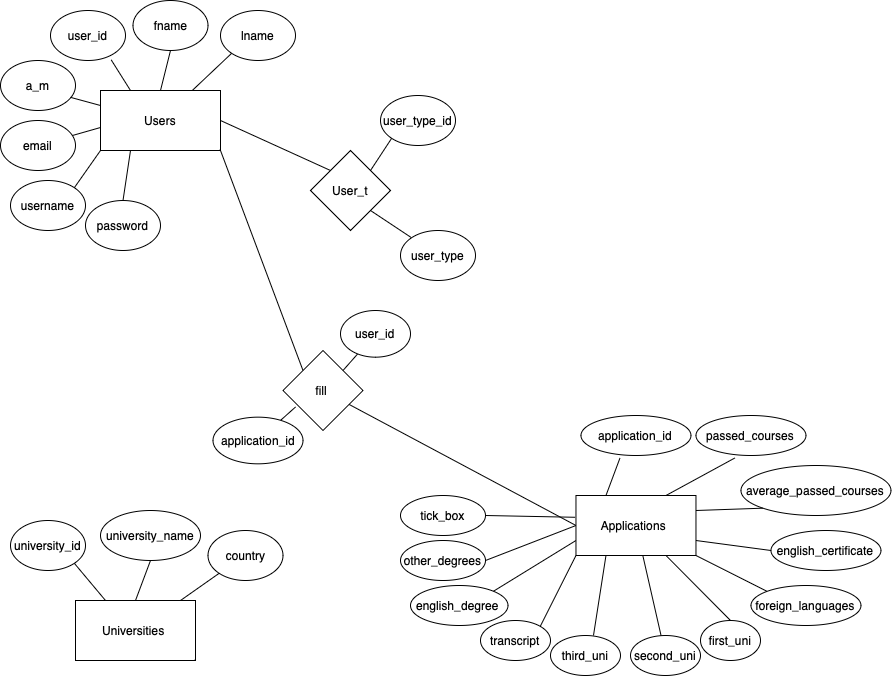
The draw.io diagram DB/ErasmApp.drawio.png in Spyros34/Erasmus-Website-full_stack, before a commit. Source tidied: cells renumbered, new cells last; positions are measured from the earlier drawing's top-left corner, leaving out a move shared by most shapes. The source it was exported from:
```xml
<mxGraphModel>
  <root>
    <mxCell id="0" />
    <mxCell id="1" parent="0" />
    <mxCell id="2" value="Users" style="rounded=0;whiteSpace=wrap;html=1;" parent="1" vertex="1">
      <mxGeometry x="100" y="90" width="120" height="60" as="geometry" />
    </mxCell>
    <mxCell id="3" value="Universities&amp;nbsp;" style="rounded=0;whiteSpace=wrap;html=1;" parent="1" vertex="1">
      <mxGeometry x="75" y="600" width="120" height="60" as="geometry" />
    </mxCell>
    <mxCell id="4" value="User_t&lt;span style=&quot;white-space: pre;&quot;&gt;&lt;/span&gt;" style="rhombus;whiteSpace=wrap;html=1;" parent="1" vertex="1">
      <mxGeometry x="310" y="150" width="80" height="80" as="geometry" />
    </mxCell>
    <mxCell id="5" value="user_type_id" style="ellipse;whiteSpace=wrap;html=1;" parent="1" vertex="1">
      <mxGeometry x="380" y="95" width="75" height="50" as="geometry" />
    </mxCell>
    <mxCell id="6" style="endArrow=none;html=1;rounded=0;exitX=1;exitY=0;exitDx=0;exitDy=0;entryX=0;entryY=1;entryDx=0;entryDy=0;" parent="1" edge="1" source="4" target="5">
      <mxGeometry relative="1" as="geometry" />
    </mxCell>
    <mxCell id="7" style="endArrow=none;html=1;rounded=0;exitX=1;exitY=1;exitDx=0;exitDy=0;" parent="1" edge="1" source="4" target="8">
      <mxGeometry relative="1" as="geometry" />
    </mxCell>
    <mxCell id="8" value="user_type" style="ellipse;whiteSpace=wrap;html=1;" parent="1" vertex="1">
      <mxGeometry x="400" y="230" width="75" height="50" as="geometry" />
    </mxCell>
    <mxCell id="9" style="endArrow=none;html=1;rounded=0;exitX=1;exitY=0.5;exitDx=0;exitDy=0;entryX=0;entryY=0;entryDx=0;entryDy=0;" parent="1" edge="1" source="2" target="4">
      <mxGeometry relative="1" as="geometry" />
    </mxCell>
    <mxCell id="10" value="user_id" style="ellipse;whiteSpace=wrap;html=1;" parent="1" vertex="1">
      <mxGeometry x="50" y="10" width="75" height="50" as="geometry" />
    </mxCell>
    <mxCell id="11" value="fname" style="ellipse;whiteSpace=wrap;html=1;" parent="1" vertex="1">
      <mxGeometry x="132.5" width="75" height="50" as="geometry" />
    </mxCell>
    <mxCell id="12" value="lname" style="ellipse;whiteSpace=wrap;html=1;" parent="1" vertex="1">
      <mxGeometry x="220" y="10" width="75" height="50" as="geometry" />
    </mxCell>
    <mxCell id="13" value="a_m" style="ellipse;whiteSpace=wrap;html=1;" parent="1" vertex="1">
      <mxGeometry y="60" width="75" height="50" as="geometry" />
    </mxCell>
    <mxCell id="14" value="email" style="ellipse;whiteSpace=wrap;html=1;" parent="1" vertex="1">
      <mxGeometry y="120" width="75" height="50" as="geometry" />
    </mxCell>
    <mxCell id="15" value="username" style="ellipse;whiteSpace=wrap;html=1;" parent="1" vertex="1">
      <mxGeometry x="10" y="180" width="75" height="50" as="geometry" />
    </mxCell>
    <mxCell id="16" value="password" style="ellipse;whiteSpace=wrap;html=1;" parent="1" vertex="1">
      <mxGeometry x="85" y="200" width="75" height="50" as="geometry" />
    </mxCell>
    <mxCell id="17" style="endArrow=none;html=1;rounded=0;entryX=0.808;entryY=0.984;entryDx=0;entryDy=0;exitX=0.25;exitY=0;exitDx=0;exitDy=0;entryPerimeter=0;" parent="1" edge="1" source="2" target="10">
      <mxGeometry relative="1" as="geometry" />
    </mxCell>
    <mxCell id="18" style="endArrow=none;html=1;rounded=0;entryX=0.5;entryY=1;entryDx=0;entryDy=0;exitX=0.5;exitY=0;exitDx=0;exitDy=0;" parent="1" edge="1" source="2" target="11">
      <mxGeometry relative="1" as="geometry" />
    </mxCell>
    <mxCell id="19" style="endArrow=none;html=1;rounded=0;entryX=0;entryY=1;entryDx=0;entryDy=0;" parent="1" edge="1" source="2" target="12">
      <mxGeometry relative="1" as="geometry" />
    </mxCell>
    <mxCell id="20" style="endArrow=none;html=1;rounded=0;entryX=0.931;entryY=0.736;entryDx=0;entryDy=0;exitX=0;exitY=0.25;exitDx=0;exitDy=0;entryPerimeter=0;" parent="1" edge="1" source="2" target="13">
      <mxGeometry relative="1" as="geometry" />
    </mxCell>
    <mxCell id="21" style="endArrow=none;html=1;rounded=0;" parent="1" edge="1" target="14">
      <mxGeometry relative="1" as="geometry">
        <mxPoint x="100" y="127" as="sourcePoint" />
      </mxGeometry>
    </mxCell>
    <mxCell id="22" style="endArrow=none;html=1;rounded=0;entryX=1;entryY=0;entryDx=0;entryDy=0;exitX=0;exitY=1;exitDx=0;exitDy=0;" parent="1" edge="1" source="2" target="15">
      <mxGeometry relative="1" as="geometry" />
    </mxCell>
    <mxCell id="23" style="endArrow=none;html=1;rounded=0;entryX=0.5;entryY=0;entryDx=0;entryDy=0;exitX=0.25;exitY=1;exitDx=0;exitDy=0;" parent="1" edge="1" source="2" target="16">
      <mxGeometry relative="1" as="geometry" />
    </mxCell>
    <mxCell id="24" value="university_id" style="ellipse;whiteSpace=wrap;html=1;" parent="1" vertex="1">
      <mxGeometry x="10" y="520" width="75" height="50" as="geometry" />
    </mxCell>
    <mxCell id="25" value="university_name" style="ellipse;whiteSpace=wrap;html=1;" parent="1" vertex="1">
      <mxGeometry x="100" y="510" width="100" height="50" as="geometry" />
    </mxCell>
    <mxCell id="26" value="country" style="ellipse;whiteSpace=wrap;html=1;" parent="1" vertex="1">
      <mxGeometry x="207.5" y="530" width="75" height="50" as="geometry" />
    </mxCell>
    <mxCell id="27" style="endArrow=none;html=1;rounded=0;exitX=1;exitY=1;exitDx=0;exitDy=0;entryX=0.25;entryY=0;entryDx=0;entryDy=0;" parent="1" edge="1" source="24" target="3">
      <mxGeometry relative="1" as="geometry" />
    </mxCell>
    <mxCell id="28" style="endArrow=none;html=1;rounded=0;exitX=0.5;exitY=1;exitDx=0;exitDy=0;entryX=0.5;entryY=0;entryDx=0;entryDy=0;" parent="1" edge="1" source="25" target="3">
      <mxGeometry relative="1" as="geometry" />
    </mxCell>
    <mxCell id="29" style="endArrow=none;html=1;rounded=0;exitX=0;exitY=1;exitDx=0;exitDy=0;" parent="1" edge="1" source="26">
      <mxGeometry relative="1" as="geometry">
        <mxPoint x="180" y="600" as="targetPoint" />
      </mxGeometry>
    </mxCell>
    <mxCell id="30" value="Applications&amp;nbsp;" style="rounded=0;whiteSpace=wrap;html=1;" parent="1" vertex="1">
      <mxGeometry x="575.5" y="495" width="120" height="60" as="geometry" />
    </mxCell>
    <mxCell id="31" value="fill&amp;nbsp;" style="rhombus;whiteSpace=wrap;html=1;" parent="1" vertex="1">
      <mxGeometry x="282.5" y="350" width="80" height="80" as="geometry" />
    </mxCell>
    <mxCell id="32" style="endArrow=none;html=1;rounded=0;entryX=1;entryY=1;entryDx=0;entryDy=0;exitX=0;exitY=0;exitDx=0;exitDy=0;" parent="1" edge="1" source="31" target="2">
      <mxGeometry relative="1" as="geometry" />
    </mxCell>
    <mxCell id="33" style="endArrow=none;html=1;rounded=0;exitX=0;exitY=0.5;exitDx=0;exitDy=0;" parent="1" edge="1" source="30" target="31">
      <mxGeometry relative="1" as="geometry" />
    </mxCell>
    <mxCell id="34" style="endArrow=none;html=1;rounded=0;exitX=1;exitY=0;exitDx=0;exitDy=0;" parent="1" edge="1" source="31" target="35">
      <mxGeometry relative="1" as="geometry" />
    </mxCell>
    <mxCell id="35" value="user_id" style="ellipse;whiteSpace=wrap;html=1;" parent="1" vertex="1">
      <mxGeometry x="340" y="310" width="70" height="46.7" as="geometry" />
    </mxCell>
    <mxCell id="36" style="endArrow=none;html=1;rounded=0;exitX=0.158;exitY=0.705;exitDx=0;exitDy=0;exitPerimeter=0;" parent="1" edge="1" source="31" target="37">
      <mxGeometry relative="1" as="geometry" />
    </mxCell>
    <mxCell id="37" value="application_id" style="ellipse;whiteSpace=wrap;html=1;" parent="1" vertex="1">
      <mxGeometry x="212.5" y="416.7" width="90" height="46.7" as="geometry" />
    </mxCell>
    <mxCell id="38" value="application_id" style="ellipse;whiteSpace=wrap;html=1;" parent="1" vertex="1">
      <mxGeometry x="580.5" y="415" width="110" height="40" as="geometry" />
    </mxCell>
    <mxCell id="39" style="endArrow=none;html=1;rounded=0;entryX=0.355;entryY=1.06;entryDx=0;entryDy=0;exitX=0.25;exitY=0;exitDx=0;exitDy=0;entryPerimeter=0;" parent="1" edge="1" source="30" target="38">
      <mxGeometry relative="1" as="geometry" />
    </mxCell>
    <mxCell id="40" value="average_passed_courses" style="ellipse;whiteSpace=wrap;html=1;" parent="1" vertex="1">
      <mxGeometry x="740.5" y="465" width="150" height="50" as="geometry" />
    </mxCell>
    <mxCell id="41" style="endArrow=none;html=1;rounded=0;entryX=0;entryY=1;entryDx=0;entryDy=0;exitX=1;exitY=0.25;exitDx=0;exitDy=0;" parent="1" edge="1" source="30" target="40">
      <mxGeometry relative="1" as="geometry" />
    </mxCell>
    <mxCell id="42" value="passed_courses" style="ellipse;whiteSpace=wrap;html=1;" parent="1" vertex="1">
      <mxGeometry x="695.5" y="415" width="110" height="40" as="geometry" />
    </mxCell>
    <mxCell id="43" style="endArrow=none;html=1;rounded=0;entryX=0.355;entryY=1.06;entryDx=0;entryDy=0;exitX=0.75;exitY=0;exitDx=0;exitDy=0;entryPerimeter=0;" parent="1" edge="1" source="30" target="42">
      <mxGeometry relative="1" as="geometry" />
    </mxCell>
    <mxCell id="44" value="english_certificate" style="ellipse;whiteSpace=wrap;html=1;" parent="1" vertex="1">
      <mxGeometry x="770.5" y="530" width="110" height="40" as="geometry" />
    </mxCell>
    <mxCell id="45" style="endArrow=none;html=1;rounded=0;exitX=1;exitY=0.75;exitDx=0;exitDy=0;entryX=0;entryY=0.5;entryDx=0;entryDy=0;" parent="1" edge="1" source="30" target="44">
      <mxGeometry relative="1" as="geometry" />
    </mxCell>
    <mxCell id="46" value="foreign_languages" style="ellipse;whiteSpace=wrap;html=1;" parent="1" vertex="1">
      <mxGeometry x="750.5" y="585" width="110" height="40" as="geometry" />
    </mxCell>
    <mxCell id="47" style="endArrow=none;html=1;rounded=0;exitX=1;exitY=1;exitDx=0;exitDy=0;entryX=0;entryY=0;entryDx=0;entryDy=0;" parent="1" edge="1" source="30" target="46">
      <mxGeometry relative="1" as="geometry" />
    </mxCell>
    <mxCell id="48" value="first_uni" style="ellipse;whiteSpace=wrap;html=1;" parent="1" vertex="1">
      <mxGeometry x="700" y="620" width="60" height="40" as="geometry" />
    </mxCell>
    <mxCell id="49" style="endArrow=none;html=1;rounded=0;exitX=0.75;exitY=1;exitDx=0;exitDy=0;entryX=0.5;entryY=0;entryDx=0;entryDy=0;" parent="1" edge="1" source="30" target="48">
      <mxGeometry relative="1" as="geometry" />
    </mxCell>
    <mxCell id="50" value="second_uni" style="ellipse;whiteSpace=wrap;html=1;" parent="1" vertex="1">
      <mxGeometry x="630" y="635" width="70" height="40" as="geometry" />
    </mxCell>
    <mxCell id="51" style="endArrow=none;html=1;rounded=0;" parent="1" edge="1" source="30" target="50">
      <mxGeometry relative="1" as="geometry" />
    </mxCell>
    <mxCell id="52" value="third_uni" style="ellipse;whiteSpace=wrap;html=1;" parent="1" vertex="1">
      <mxGeometry x="550" y="635" width="70" height="40" as="geometry" />
    </mxCell>
    <mxCell id="53" style="endArrow=none;html=1;rounded=0;entryX=0.25;entryY=1;entryDx=0;entryDy=0;exitX=0.614;exitY=0;exitDx=0;exitDy=0;exitPerimeter=0;" parent="1" edge="1" source="52" target="30">
      <mxGeometry relative="1" as="geometry" />
    </mxCell>
    <mxCell id="54" value="transcript" style="ellipse;whiteSpace=wrap;html=1;" parent="1" vertex="1">
      <mxGeometry x="480" y="620" width="70" height="40" as="geometry" />
    </mxCell>
    <mxCell id="55" style="endArrow=none;html=1;rounded=0;entryX=0;entryY=1;entryDx=0;entryDy=0;exitX=1;exitY=0;exitDx=0;exitDy=0;" parent="1" edge="1" source="54" target="30">
      <mxGeometry relative="1" as="geometry" />
    </mxCell>
    <mxCell id="56" value="english_degree&amp;nbsp;" style="ellipse;whiteSpace=wrap;html=1;" parent="1" vertex="1">
      <mxGeometry x="410" y="585" width="97.5" height="40" as="geometry" />
    </mxCell>
    <mxCell id="57" style="endArrow=none;html=1;rounded=0;entryX=0;entryY=0.75;entryDx=0;entryDy=0;exitX=1;exitY=0;exitDx=0;exitDy=0;" parent="1" edge="1" source="56" target="30">
      <mxGeometry relative="1" as="geometry" />
    </mxCell>
    <mxCell id="58" value="other_degrees" style="ellipse;whiteSpace=wrap;html=1;" parent="1" vertex="1">
      <mxGeometry x="400" y="540" width="85" height="40" as="geometry" />
    </mxCell>
    <mxCell id="59" style="endArrow=none;html=1;rounded=0;entryX=0;entryY=0.5;entryDx=0;entryDy=0;exitX=1;exitY=0.5;exitDx=0;exitDy=0;" parent="1" edge="1" source="58" target="30">
      <mxGeometry relative="1" as="geometry" />
    </mxCell>
    <mxCell id="60" value="tick_box" style="ellipse;whiteSpace=wrap;html=1;" parent="1" vertex="1">
      <mxGeometry x="400" y="495" width="85" height="40" as="geometry" />
    </mxCell>
    <mxCell id="61" style="endArrow=none;html=1;rounded=0;entryX=-0.007;entryY=0.363;entryDx=0;entryDy=0;exitX=1;exitY=0.5;exitDx=0;exitDy=0;entryPerimeter=0;" parent="1" edge="1" source="60" target="30">
      <mxGeometry relative="1" as="geometry" />
    </mxCell>
  </root>
</mxGraphModel>
```
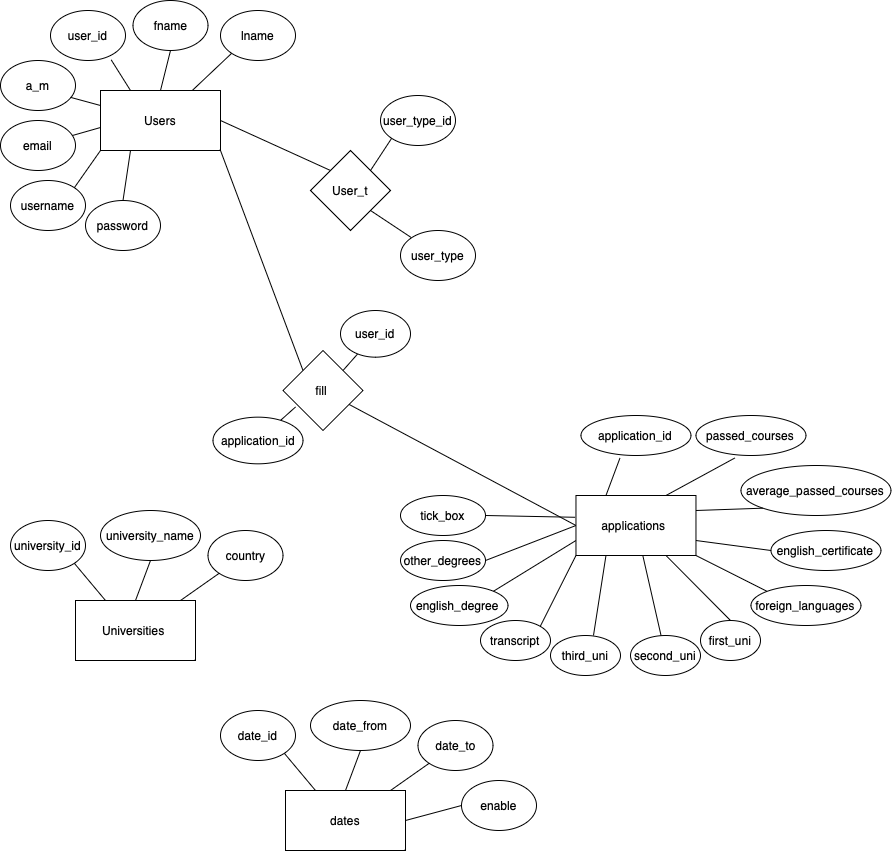
The same diagram one commit later.

Diff of the diagram source:
```diff
@@ -90,7 +90,7 @@
         <mxPoint x="180" y="600" as="targetPoint" />
       </mxGeometry>
     </mxCell>
-    <mxCell id="30" value="Applications&amp;nbsp;" style="rounded=0;whiteSpace=wrap;html=1;" parent="1" vertex="1">
+    <mxCell id="30" value="applications&amp;nbsp;" style="rounded=0;whiteSpace=wrap;html=1;" parent="1" vertex="1">
       <mxGeometry x="575.5" y="495" width="120" height="60" as="geometry" />
     </mxCell>
     <mxCell id="31" value="fill&amp;nbsp;" style="rhombus;whiteSpace=wrap;html=1;" parent="1" vertex="1">
@@ -186,5 +186,34 @@
     <mxCell id="61" style="endArrow=none;html=1;rounded=0;entryX=-0.007;entryY=0.363;entryDx=0;entryDy=0;exitX=1;exitY=0.5;exitDx=0;exitDy=0;entryPerimeter=0;" parent="1" edge="1" source="60" target="30">
       <mxGeometry relative="1" as="geometry" />
     </mxCell>
+    <mxCell id="62" value="dates" style="rounded=0;whiteSpace=wrap;html=1;" parent="1" vertex="1">
+      <mxGeometry x="285" y="790" width="120" height="60" as="geometry" />
+    </mxCell>
+    <mxCell id="63" value="date_id" style="ellipse;whiteSpace=wrap;html=1;" parent="1" vertex="1">
+      <mxGeometry x="220" y="710" width="75" height="50" as="geometry" />
+    </mxCell>
+    <mxCell id="64" value="date_from" style="ellipse;whiteSpace=wrap;html=1;" parent="1" vertex="1">
+      <mxGeometry x="310" y="700" width="100" height="50" as="geometry" />
+    </mxCell>
+    <mxCell id="65" value="date_to" style="ellipse;whiteSpace=wrap;html=1;" parent="1" vertex="1">
+      <mxGeometry x="417.5" y="720" width="75" height="50" as="geometry" />
+    </mxCell>
+    <mxCell id="66" style="endArrow=none;html=1;rounded=0;exitX=1;exitY=1;exitDx=0;exitDy=0;entryX=0.25;entryY=0;entryDx=0;entryDy=0;" parent="1" edge="1" source="63" target="62">
+      <mxGeometry relative="1" as="geometry" />
+    </mxCell>
+    <mxCell id="67" style="endArrow=none;html=1;rounded=0;exitX=0.5;exitY=1;exitDx=0;exitDy=0;entryX=0.5;entryY=0;entryDx=0;entryDy=0;" parent="1" edge="1" source="64" target="62">
+      <mxGeometry relative="1" as="geometry" />
+    </mxCell>
+    <mxCell id="68" style="endArrow=none;html=1;rounded=0;exitX=0;exitY=1;exitDx=0;exitDy=0;" parent="1" edge="1" source="65">
+      <mxGeometry relative="1" as="geometry">
+        <mxPoint x="390" y="790" as="targetPoint" />
+      </mxGeometry>
+    </mxCell>
+    <mxCell id="69" value="enable" style="ellipse;whiteSpace=wrap;html=1;" parent="1" vertex="1">
+      <mxGeometry x="461" y="780" width="75" height="50" as="geometry" />
+    </mxCell>
+    <mxCell id="70" style="endArrow=none;html=1;rounded=0;exitX=0;exitY=0.5;exitDx=0;exitDy=0;entryX=1;entryY=0.5;entryDx=0;entryDy=0;" parent="1" edge="1" source="69" target="62">
+      <mxGeometry relative="1" as="geometry" />
+    </mxCell>
   </root>
 </mxGraphModel>
```
